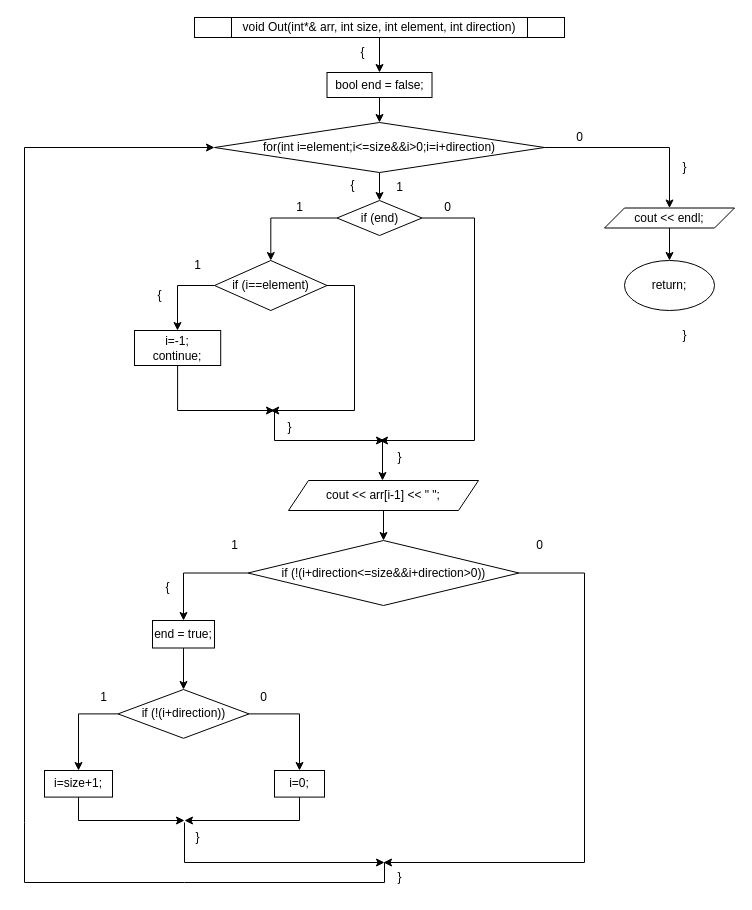
DUPRETAA/lab_4 keeps this draw.io diagram as page "Страница — 3" (3 of 3) of lab_4 main.drawio. Above is the earlier version. Source tidied: cells renumbered, new cells numbered last; positions are measured from the earlier drawing's top-left corner, leaving out a move shared by most shapes. Both pictures are drawn from the tidied source at 100%, with x=0, y=0 at pixel (24, 17).
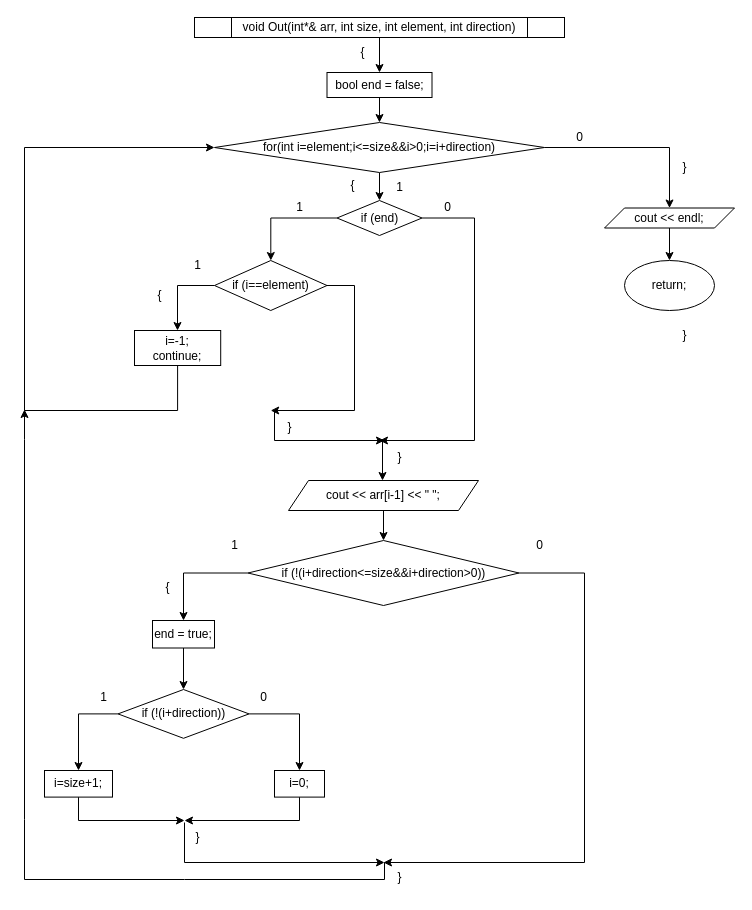
The same diagram, later.

Unchanged cells that the change refers to:
```xml
<mxCell id="13" value="i=-1; &lt;br&gt;continue;" style="whiteSpace=wrap;html=1;" parent="1" vertex="1">
  <mxGeometry x="110" y="313" width="86.2" height="35" as="geometry" />
</mxCell>
<mxCell id="32" value="for(int i=element;i&lt;=size&amp;&amp;i&gt;0;i=i+direction)" style="rhombus;whiteSpace=wrap;html=1;" parent="1" vertex="1">
  <mxGeometry x="190" y="105" width="330" height="50" as="geometry" />
</mxCell>
```

The edit, as a diff of the source:
```diff
@@
-    <mxCell id="12" style="edgeStyle=orthogonalEdgeStyle;rounded=0;jettySize=auto;html=1;" parent="1" edge="1" source="13">
+    <mxCell id="12" style="edgeStyle=orthogonalEdgeStyle;rounded=0;jettySize=auto;html=1;entryX=0;entryY=0.5;entryDx=0;entryDy=0;" parent="1" edge="1" source="13" target="32">
       <mxGeometry relative="1" as="geometry">
-        <mxPoint x="250" y="393" as="targetPoint" />
         <Array as="points">
           <mxPoint x="153" y="393" />
+          <mxPoint y="393" />
+          <mxPoint y="130" />
         </Array>
       </mxGeometry>
     </mxCell>
@@
-    <mxCell id="33" style="endArrow=classic;html=1;rounded=0;entryX=0;entryY=0.5;entryDx=0;entryDy=0;" parent="1" edge="1" target="32">
+    <mxCell id="33" style="endArrow=classic;html=1;rounded=0;" parent="1" edge="1">
       <mxGeometry relative="1" as="geometry">
-        <mxPoint x="360" y="855" as="sourcePoint" />
+        <mxPoint x="360" y="852" as="sourcePoint" />
+        <mxPoint y="392" as="targetPoint" />
         <Array as="points">
           <mxPoint x="360" y="845" />
-          <mxPoint x="360" y="865" />
-          <mxPoint x="160" y="865" />
-          <mxPoint y="865" />
-          <mxPoint y="805" />
-          <mxPoint y="130" />
+          <mxPoint x="360" y="862" />
+          <mxPoint x="160" y="862" />
+          <mxPoint y="862" />
+          <mxPoint y="802" />
+          <mxPoint y="422" />
         </Array>
       </mxGeometry>
     </mxCell>
```
